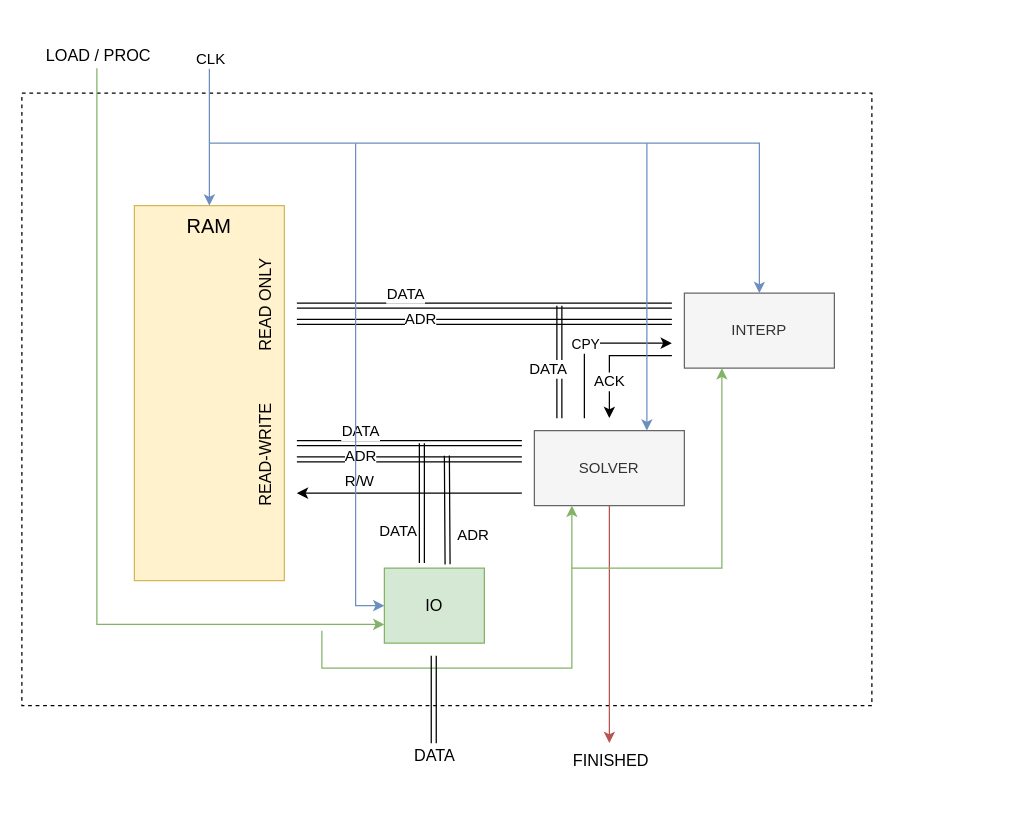
Before: d0.drawio in mido3ds/ode-solver-chip, a draw.io diagram. Source tidied: cells renumbered, new cells numbered last; positions are measured from the earlier drawing's top-left corner, leaving out a move shared by most shapes. Both pictures are drawn from the tidied source at 125%, with x=0, y=0 at pixel (21, 68).
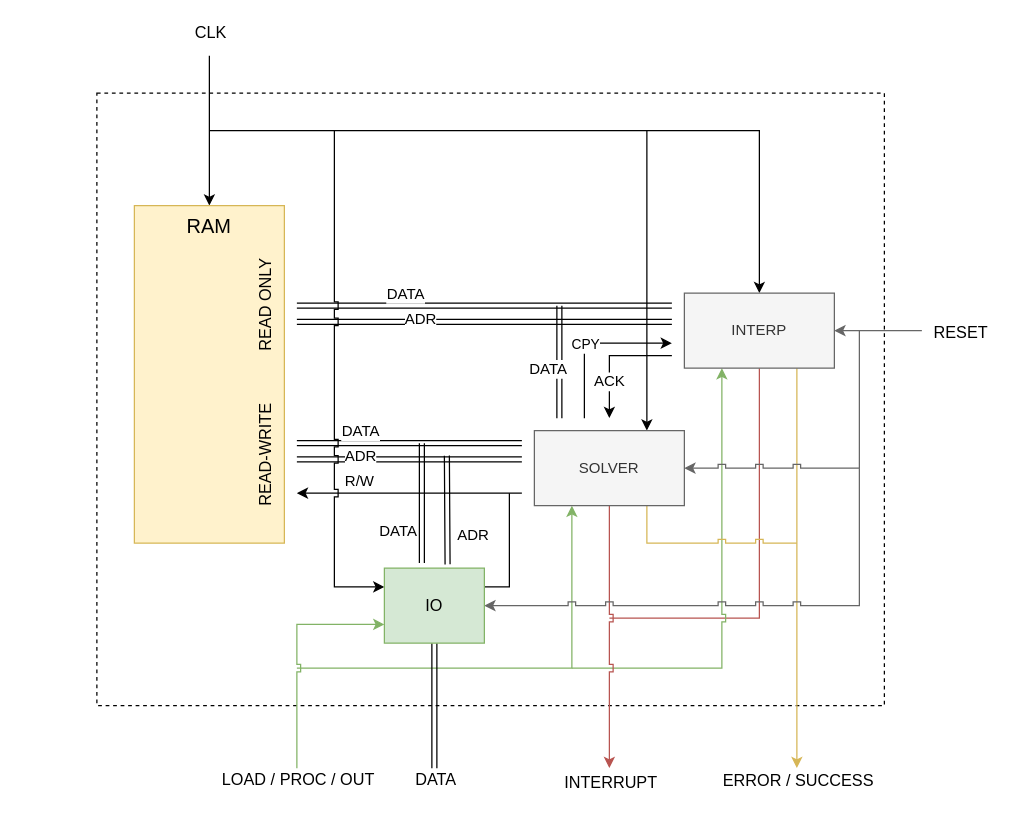
The same page after the edit.

Commit message:
RESET/INT/ERR/SUCCS

Unchanged cells that the change refers to:
```xml
<mxCell id="4" value="INTERP" style="rounded=0;whiteSpace=wrap;html=1;fillColor=#f5f5f5;strokeColor=#666666;fontColor=#333333;" parent="1" vertex="1">
  <mxGeometry x="530" y="180" width="120" height="60" as="geometry" />
</mxCell>
<mxCell id="7" value="SOLVER" style="rounded=0;whiteSpace=wrap;html=1;fillColor=#f5f5f5;strokeColor=#666666;fontColor=#333333;" parent="1" vertex="1">
  <mxGeometry x="410" y="290" width="120" height="60" as="geometry" />
</mxCell>
<mxCell id="28" value="IO" style="rounded=0;whiteSpace=wrap;html=1;fontSize=13;fillColor=#d5e8d4;strokeColor=#82b366;" parent="1" vertex="1">
  <mxGeometry x="290" y="400" width="80" height="60" as="geometry" />
</mxCell>
```

The edit, as a diff of the source:
```diff
@@
-    <mxCell id="2" style="rounded=0;whiteSpace=wrap;html=1;dashed=1;fontSize=13;backgroundOutline=1;" parent="1" vertex="1">
-      <mxGeometry y="20" width="680" height="490" as="geometry" />
+    <mxCell id="2" style="rounded=0;whiteSpace=wrap;html=1;dashed=1;fontSize=13;backgroundOutline=1;imageAspect=1;" parent="1" vertex="1">
+      <mxGeometry x="60" y="20" width="630" height="490" as="geometry" />
     </mxCell>
+    <mxCell id="41" style="edgeStyle=none;rounded=0;jumpStyle=sharp;jettySize=auto;html=1;exitX=0.5;exitY=0;exitDx=0;exitDy=0;shadow=0;startArrow=classic;startFill=1;endArrow=none;endFill=0;strokeColor=#000000;fontSize=13;" parent="1" edge="1" source="3">
+      <mxGeometry relative="1" as="geometry">
+        <mxPoint x="150" y="-10" as="targetPoint" />
+      </mxGeometry>
+    </mxCell>
+    <mxCell id="25" value="CLK" style="text;html=1;align=center;verticalAlign=middle;labelBackgroundColor=#ffffff;fontSize=13;" parent="41" vertex="1">
+      <mxGeometry x="0.8" y="-1" relative="1" as="geometry">
+        <mxPoint x="-1" y="-32" as="offset" />
+      </mxGeometry>
+    </mxCell>
     <mxCell id="3" value="RAM" style="rounded=0;whiteSpace=wrap;html=1;verticalAlign=top;fontSize=16;fillColor=#fff2cc;strokeColor=#d6b656;" parent="1" vertex="1">
-      <mxGeometry x="90" y="110" width="120" height="300" as="geometry" />
+      <mxGeometry x="90" y="110" width="120" height="270" as="geometry" />
     </mxCell>
+    <mxCell id="42" style="edgeStyle=none;rounded=0;jumpStyle=sharp;jettySize=auto;html=1;shadow=0;startArrow=none;startFill=0;strokeColor=#b85450;fontSize=13;endArrow=none;endFill=0;fillColor=#f8cecc;" parent="1" edge="1" source="4">
+      <mxGeometry relative="1" as="geometry">
+        <mxPoint x="470" y="440" as="targetPoint" />
+        <Array as="points">
+          <mxPoint x="590" y="440" />
+        </Array>
+      </mxGeometry>
+    </mxCell>
+    <mxCell id="43" style="edgeStyle=none;rounded=0;jumpStyle=sharp;jettySize=auto;html=1;exitX=0.75;exitY=1;exitDx=0;exitDy=0;shadow=0;startArrow=none;startFill=0;endArrow=classic;endFill=1;strokeColor=#d6b656;fontSize=13;fillColor=#fff2cc;" parent="1" edge="1" source="4">
+      <mxGeometry relative="1" as="geometry">
+        <mxPoint x="620" y="560" as="targetPoint" />
+      </mxGeometry>
+    </mxCell>
+    <mxCell id="44" value="ERROR / SUCCESS" style="text;html=1;align=center;verticalAlign=middle;labelBackgroundColor=#ffffff;fontSize=13;" parent="43" vertex="1">
+      <mxGeometry x="0.91" y="1" relative="1" as="geometry">
+        <mxPoint x="-1" y="23" as="offset" />
+      </mxGeometry>
+    </mxCell>
+    <mxCell id="45" style="edgeStyle=none;rounded=0;jumpStyle=sharp;jettySize=auto;html=1;exitX=1;exitY=0.5;exitDx=0;exitDy=0;shadow=0;startArrow=classic;startFill=1;endArrow=none;endFill=0;strokeColor=#666666;fontSize=13;fillColor=#f5f5f5;" parent="1" edge="1" source="4">
+      <mxGeometry relative="1" as="geometry">
+        <mxPoint x="720" y="210" as="targetPoint" />
+      </mxGeometry>
+    </mxCell>
+    <mxCell id="46" value="RESET" style="text;html=1;align=center;verticalAlign=middle;labelBackgroundColor=#ffffff;fontSize=13;" parent="45" vertex="1">
+      <mxGeometry x="0.42" y="1" relative="1" as="geometry">
+        <mxPoint x="50" y="1" as="offset" />
+      </mxGeometry>
+    </mxCell>
+    <mxCell id="47" style="edgeStyle=none;rounded=0;jumpStyle=sharp;jettySize=auto;html=1;exitX=0.25;exitY=1;exitDx=0;exitDy=0;shadow=0;startArrow=classic;startFill=1;endArrow=none;endFill=0;strokeColor=#82b366;fontSize=13;fillColor=#d5e8d4;" parent="1" edge="1" source="4">
+      <mxGeometry relative="1" as="geometry">
+        <mxPoint x="440" y="480" as="targetPoint" />
+        <Array as="points">
+          <mxPoint x="560" y="480" />
+        </Array>
+      </mxGeometry>
+    </mxCell>
+    <mxCell id="48" style="edgeStyle=none;rounded=0;jumpStyle=sharp;jettySize=auto;html=1;exitX=0.5;exitY=0;exitDx=0;exitDy=0;shadow=0;startArrow=classic;startFill=1;endArrow=none;endFill=0;strokeColor=#000000;fontSize=13;" parent="1" edge="1" source="4">
+      <mxGeometry relative="1" as="geometry">
+        <mxPoint x="150" y="50" as="targetPoint" />
+        <Array as="points">
+          <mxPoint x="590" y="50" />
+        </Array>
+      </mxGeometry>
+    </mxCell>
@@
     <mxCell id="5" style="edgeStyle=none;rounded=0;jumpStyle=sharp;jettySize=auto;html=1;shadow=0;startArrow=none;startFill=0;strokeColor=#b85450;fontSize=13;fillColor=#f8cecc;" parent="1" edge="1" source="7">
       <mxGeometry relative="1" as="geometry">
-        <mxPoint x="470" y="540" as="targetPoint" />
+        <mxPoint x="470" y="560" as="targetPoint" />
       </mxGeometry>
     </mxCell>
-    <mxCell id="6" value="FINISHED" style="text;html=1;align=center;verticalAlign=middle;labelBackgroundColor=#ffffff;fontSize=13;" parent="5" vertex="1">
+    <mxCell id="6" value="INTERRUPT" style="text;html=1;align=center;verticalAlign=middle;labelBackgroundColor=#ffffff;fontSize=13;" parent="5" vertex="1">
       <mxGeometry x="-0.23" y="-3" relative="1" as="geometry">
-        <mxPoint x="3" y="130" as="offset" />
+        <mxPoint x="3" y="139" as="offset" />
       </mxGeometry>
     </mxCell>
+    <mxCell id="49" style="edgeStyle=none;rounded=0;jumpStyle=sharp;jettySize=auto;html=1;exitX=0.75;exitY=1;exitDx=0;exitDy=0;shadow=0;startArrow=none;startFill=0;endArrow=none;endFill=0;strokeColor=#d6b656;fontSize=13;fillColor=#fff2cc;" parent="1" edge="1" source="7">
+      <mxGeometry relative="1" as="geometry">
+        <mxPoint x="620" y="380" as="targetPoint" />
+        <Array as="points">
+          <mxPoint x="500" y="380" />
+        </Array>
+      </mxGeometry>
+    </mxCell>
+    <mxCell id="50" style="edgeStyle=none;rounded=0;jumpStyle=sharp;jettySize=auto;html=1;shadow=0;startArrow=classic;startFill=1;endArrow=none;endFill=0;strokeColor=#666666;fontSize=13;fillColor=#f5f5f5;" parent="1" edge="1" source="7">
+      <mxGeometry relative="1" as="geometry">
+        <mxPoint x="670" y="210" as="targetPoint" />
+        <Array as="points">
+          <mxPoint x="670" y="320" />
+        </Array>
+      </mxGeometry>
+    </mxCell>
+    <mxCell id="51" style="edgeStyle=none;rounded=0;jumpStyle=sharp;jettySize=auto;html=1;exitX=0.25;exitY=1;exitDx=0;exitDy=0;shadow=0;startArrow=classic;startFill=1;endArrow=none;endFill=0;strokeColor=#82b366;fontSize=13;fillColor=#d5e8d4;" parent="1" edge="1" source="7">
+      <mxGeometry relative="1" as="geometry">
+        <mxPoint x="220" y="480" as="targetPoint" />
+        <Array as="points">
+          <mxPoint x="440" y="480" />
+        </Array>
+      </mxGeometry>
+    </mxCell>
+    <mxCell id="52" style="edgeStyle=none;rounded=0;jumpStyle=sharp;jettySize=auto;html=1;exitX=0.75;exitY=0;exitDx=0;exitDy=0;shadow=0;startArrow=classic;startFill=1;endArrow=none;endFill=0;strokeColor=#000000;fontSize=13;" parent="1" edge="1" source="7">
+      <mxGeometry relative="1" as="geometry">
+        <mxPoint x="500" y="50" as="targetPoint" />
+      </mxGeometry>
+    </mxCell>
@@
-    <mxCell id="24" style="endArrow=classic;html=1;fontSize=12;strokeColor=#6c8ebf;shadow=0;fillColor=#dae8fc;" parent="1" edge="1">
-      <mxGeometry relative="1" as="geometry">
-        <mxPoint x="150" as="sourcePoint" />
-        <mxPoint x="150" y="110" as="targetPoint" />
-      </mxGeometry>
-    </mxCell>
-    <mxCell id="25" value="CLK" style="text;html=1;align=center;verticalAlign=middle;labelBackgroundColor=#ffffff;fontSize=12;" parent="24" vertex="1">
-      <mxGeometry x="-0.56" relative="1" as="geometry">
-        <mxPoint y="-32" as="offset" />
-      </mxGeometry>
-    </mxCell>
-    <mxCell id="26" style="endArrow=classic;html=1;fontSize=12;entryX=0.5;entryY=0;entryDx=0;entryDy=0;rounded=0;strokeColor=#6c8ebf;shadow=0;fillColor=#dae8fc;" parent="1" edge="1" target="4">
-      <mxGeometry relative="1" as="geometry">
-        <mxPoint x="150" y="60" as="sourcePoint" />
-        <Array as="points">
-          <mxPoint x="590" y="60" />
-        </Array>
-      </mxGeometry>
-    </mxCell>
-    <mxCell id="27" style="endArrow=classic;html=1;fontSize=12;entryX=0.75;entryY=0;entryDx=0;entryDy=0;strokeColor=#6c8ebf;shadow=0;fillColor=#dae8fc;" parent="1" edge="1" target="7">
-      <mxGeometry relative="1" as="geometry">
-        <mxPoint x="500" y="60" as="sourcePoint" />
-      </mxGeometry>
-    </mxCell>
+    <mxCell id="53" style="edgeStyle=none;rounded=0;jumpStyle=sharp;jettySize=auto;html=1;shadow=0;startArrow=none;startFill=0;endArrow=none;endFill=0;strokeColor=#000000;fontSize=13;shape=link;" parent="1" edge="1" source="28">
+      <mxGeometry relative="1" as="geometry">
+        <mxPoint x="330" y="560" as="targetPoint" />
+      </mxGeometry>
+    </mxCell>
+    <mxCell id="40" value="DATA" style="text;html=1;align=center;verticalAlign=middle;labelBackgroundColor=#ffffff;fontSize=13;" parent="53" vertex="1">
+      <mxGeometry x="0.75" y="3" relative="1" as="geometry">
+        <mxPoint x="-3" y="20" as="offset" />
+      </mxGeometry>
+    </mxCell>
+    <mxCell id="54" style="edgeStyle=none;rounded=0;jumpStyle=sharp;jettySize=auto;html=1;shadow=0;startArrow=classic;startFill=1;endArrow=none;endFill=0;strokeColor=#666666;fontSize=13;fillColor=#f5f5f5;" parent="1" edge="1" source="28">
+      <mxGeometry relative="1" as="geometry">
+        <mxPoint x="670" y="320" as="targetPoint" />
+        <Array as="points">
+          <mxPoint x="670" y="430" />
+        </Array>
+      </mxGeometry>
+    </mxCell>
+    <mxCell id="55" style="edgeStyle=none;rounded=0;jumpStyle=sharp;jettySize=auto;html=1;exitX=0;exitY=0.75;exitDx=0;exitDy=0;shadow=0;startArrow=classic;startFill=1;endArrow=none;endFill=0;strokeColor=#82b366;fontSize=13;fillColor=#d5e8d4;" parent="1" edge="1" source="28">
+      <mxGeometry relative="1" as="geometry">
+        <mxPoint x="220" y="560" as="targetPoint" />
+        <Array as="points">
+          <mxPoint x="220" y="445" />
+        </Array>
+      </mxGeometry>
+    </mxCell>
+    <mxCell id="56" value="LOAD / PROC / OUT" style="text;html=1;align=center;verticalAlign=middle;labelBackgroundColor=#ffffff;fontSize=13;" parent="55" vertex="1">
+      <mxGeometry x="0.83" y="1" relative="1" as="geometry">
+        <mxPoint x="-1" y="24" as="offset" />
+      </mxGeometry>
+    </mxCell>
+    <mxCell id="57" style="edgeStyle=none;rounded=0;jumpStyle=sharp;jettySize=auto;html=1;exitX=1;exitY=0.25;exitDx=0;exitDy=0;shadow=0;startArrow=none;startFill=0;endArrow=none;endFill=0;strokeColor=#000000;fontSize=13;" parent="1" edge="1" source="28">
+      <mxGeometry relative="1" as="geometry">
+        <mxPoint x="390" y="340" as="targetPoint" />
+        <Array as="points">
+          <mxPoint x="390" y="415" />
+        </Array>
+      </mxGeometry>
+    </mxCell>
+    <mxCell id="58" style="edgeStyle=none;rounded=0;jumpStyle=sharp;jettySize=auto;html=1;exitX=0;exitY=0.25;exitDx=0;exitDy=0;shadow=0;startArrow=classic;startFill=1;endArrow=none;endFill=0;strokeColor=#000000;fontSize=13;" parent="1" edge="1" source="28">
+      <mxGeometry relative="1" as="geometry">
+        <mxPoint x="250" y="50" as="targetPoint" />
+        <Array as="points">
+          <mxPoint x="250" y="415" />
+        </Array>
+      </mxGeometry>
+    </mxCell>
@@
-    <mxCell id="35" style="endArrow=classic;html=1;fontSize=12;entryX=0;entryY=0.5;entryDx=0;entryDy=0;strokeColor=#6c8ebf;shadow=0;fillColor=#dae8fc;rounded=0;" parent="1" edge="1" target="28">
-      <mxGeometry relative="1" as="geometry">
-        <mxPoint x="267" y="60" as="sourcePoint" />
-        <Array as="points">
-          <mxPoint x="267" y="430" />
-        </Array>
-      </mxGeometry>
-    </mxCell>
-    <mxCell id="36" style="endArrow=classic;html=1;shadow=0;strokeColor=#82b366;fontSize=13;entryX=0;entryY=0.75;entryDx=0;entryDy=0;rounded=0;fillColor=#d5e8d4;backgroundOutline=1;" parent="1" edge="1" target="28">
-      <mxGeometry relative="1" as="geometry">
-        <mxPoint x="60" as="sourcePoint" />
-        <Array as="points">
-          <mxPoint x="60" y="445" />
-        </Array>
-      </mxGeometry>
-    </mxCell>
-    <mxCell id="37" value="LOAD / PROC" style="text;html=1;align=center;verticalAlign=middle;labelBackgroundColor=#ffffff;fontSize=13;" parent="36" vertex="1">
-      <mxGeometry x="-0.92" y="1" relative="1" as="geometry">
-        <mxPoint x="-1" y="-37.5" as="offset" />
-      </mxGeometry>
-    </mxCell>
-    <mxCell id="38" style="endArrow=classic;html=1;shadow=0;strokeColor=#82b366;fontSize=13;entryX=0.25;entryY=1;entryDx=0;entryDy=0;rounded=0;fillColor=#d5e8d4;" parent="1" edge="1" target="7">
-      <mxGeometry relative="1" as="geometry">
-        <mxPoint x="240" y="450" as="sourcePoint" />
-        <Array as="points">
-          <mxPoint x="240" y="480" />
-          <mxPoint x="440" y="480" />
-        </Array>
-      </mxGeometry>
-    </mxCell>
-    <mxCell id="39" style="endArrow=classic;html=1;shadow=0;strokeColor=#82b366;fontSize=13;entryX=0.25;entryY=1;entryDx=0;entryDy=0;rounded=0;fillColor=#d5e8d4;" parent="1" edge="1" target="4">
-      <mxGeometry relative="1" as="geometry">
-        <mxPoint x="440" y="400" as="sourcePoint" />
-        <Array as="points">
-          <mxPoint x="560" y="400" />
-        </Array>
-      </mxGeometry>
-    </mxCell>
-    <mxCell id="40" value="DATA" style="shape=link;html=1;shadow=0;startArrow=none;startFill=0;strokeColor=#000000;fontSize=13;" parent="1" edge="1">
-      <mxGeometry x="-1" y="-10" relative="1" as="geometry">
-        <mxPoint x="329.5" y="540" as="sourcePoint" />
-        <mxPoint x="329.5" y="470" as="targetPoint" />
-        <mxPoint x="-10" y="10" as="offset" />
-      </mxGeometry>
-    </mxCell>
```
